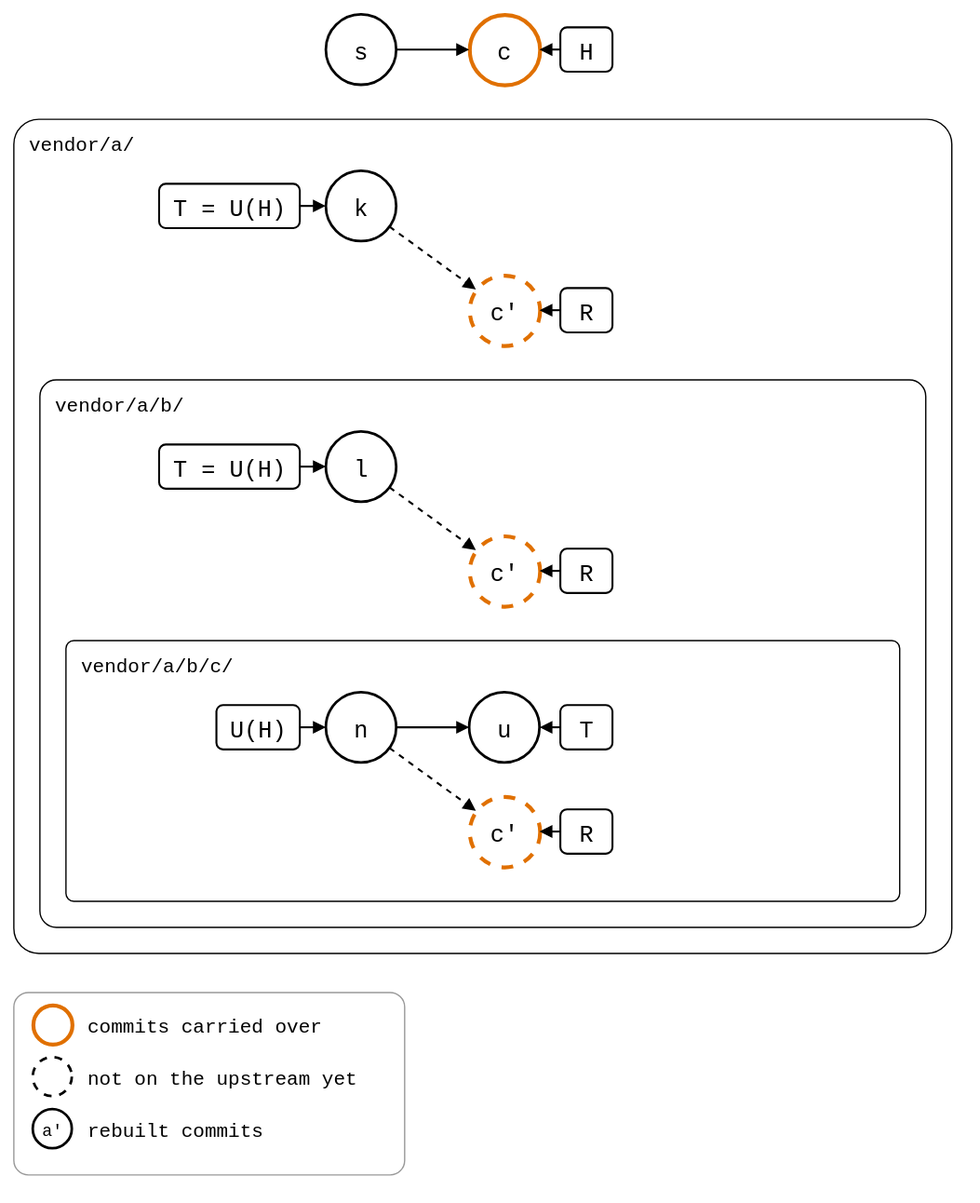
The draw.io diagram docs/09-scenarios/05-nested-splices/01-nested-splices/02-three-levels/levels-before.drawio.svg in roschaefer/git-splice, before a commit. Source tidied: cells renumbered, new cells last; positions are measured from the earlier drawing's top-left corner, leaving out a move shared by most shapes.
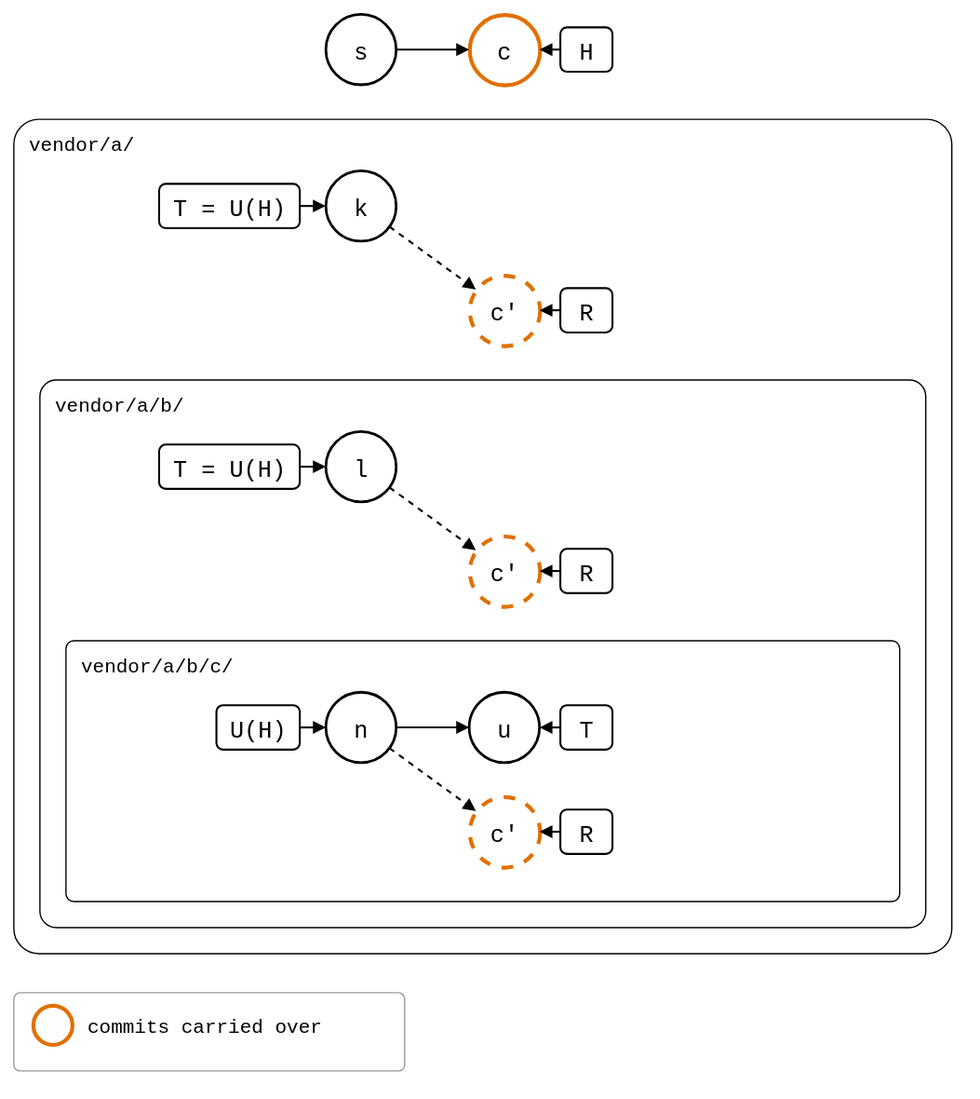
After the commit.

What changed in the source:
```diff
@@ -102,7 +102,7 @@
       <mxGeometry relative="1" as="geometry" />
     </mxCell>
     <mxCell id="35" style="rounded=1;arcSize=8;fillColor=none;strokeColor=#999999;strokeWidth=1;legend=1;" parent="1" vertex="1">
-      <mxGeometry y="750" width="300" height="140" as="geometry" />
+      <mxGeometry y="750" width="300" height="60" as="geometry" />
     </mxCell>
     <mxCell id="36" style="ellipse;fontSize=13;fontFamily=Roboto Mono,monospace;strokeWidth=2;strokeColor=#E07000;strokeWidth=3;" parent="35" vertex="1">
       <mxGeometry x="15" y="10" width="30" height="30" as="geometry" />
@@ -110,17 +110,5 @@
     <mxCell id="37" value="commits carried over" style="text;align=left;verticalAlign=middle;fontSize=15;fontFamily=Roboto Mono,monospace;" parent="35" vertex="1">
       <mxGeometry x="55" y="10" width="240" height="30" as="geometry" />
     </mxCell>
-    <mxCell id="38" style="ellipse;fontSize=13;fontFamily=Roboto Mono,monospace;strokeWidth=2;dashed=1;" parent="35" vertex="1">
-      <mxGeometry x="15" y="50" width="30" height="30" as="geometry" />
-    </mxCell>
-    <mxCell id="39" value="not on the upstream yet" style="text;align=left;verticalAlign=middle;fontSize=15;fontFamily=Roboto Mono,monospace;" parent="35" vertex="1">
-      <mxGeometry x="55" y="50" width="240" height="30" as="geometry" />
-    </mxCell>
-    <mxCell id="40" value="a'" style="ellipse;fontSize=13;fontFamily=Roboto Mono,monospace;strokeWidth=2;" parent="35" vertex="1">
-      <mxGeometry x="15" y="90" width="30" height="30" as="geometry" />
-    </mxCell>
-    <mxCell id="41" value="rebuilt commits" style="text;align=left;verticalAlign=middle;fontSize=15;fontFamily=Roboto Mono,monospace;" parent="35" vertex="1">
-      <mxGeometry x="55" y="90" width="240" height="30" as="geometry" />
-    </mxCell>
   </root>
 </mxGraphModel>
```
